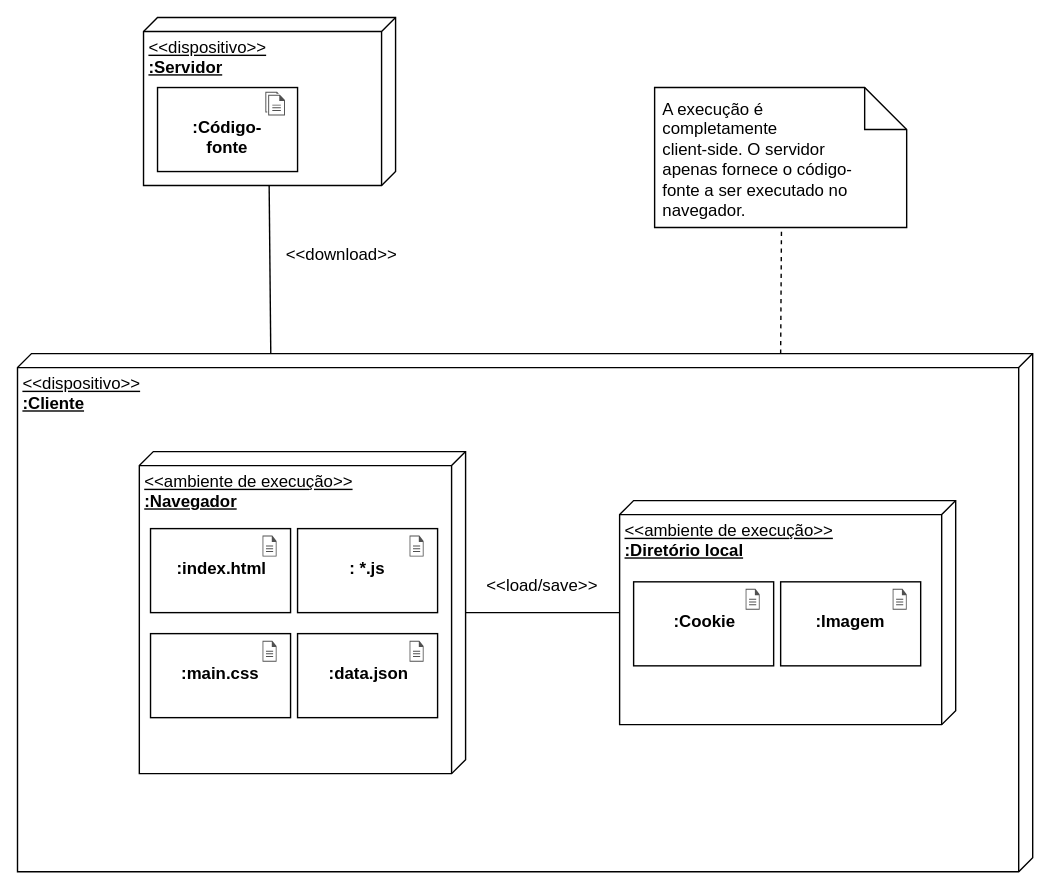
Earlier version of the draw.io export diagramas/Deployment.svg (gabrielmuller/ccotree). Source tidied: cells renumbered, new cells last; positions are measured from the earlier drawing's top-left corner, leaving out a move shared by most shapes.
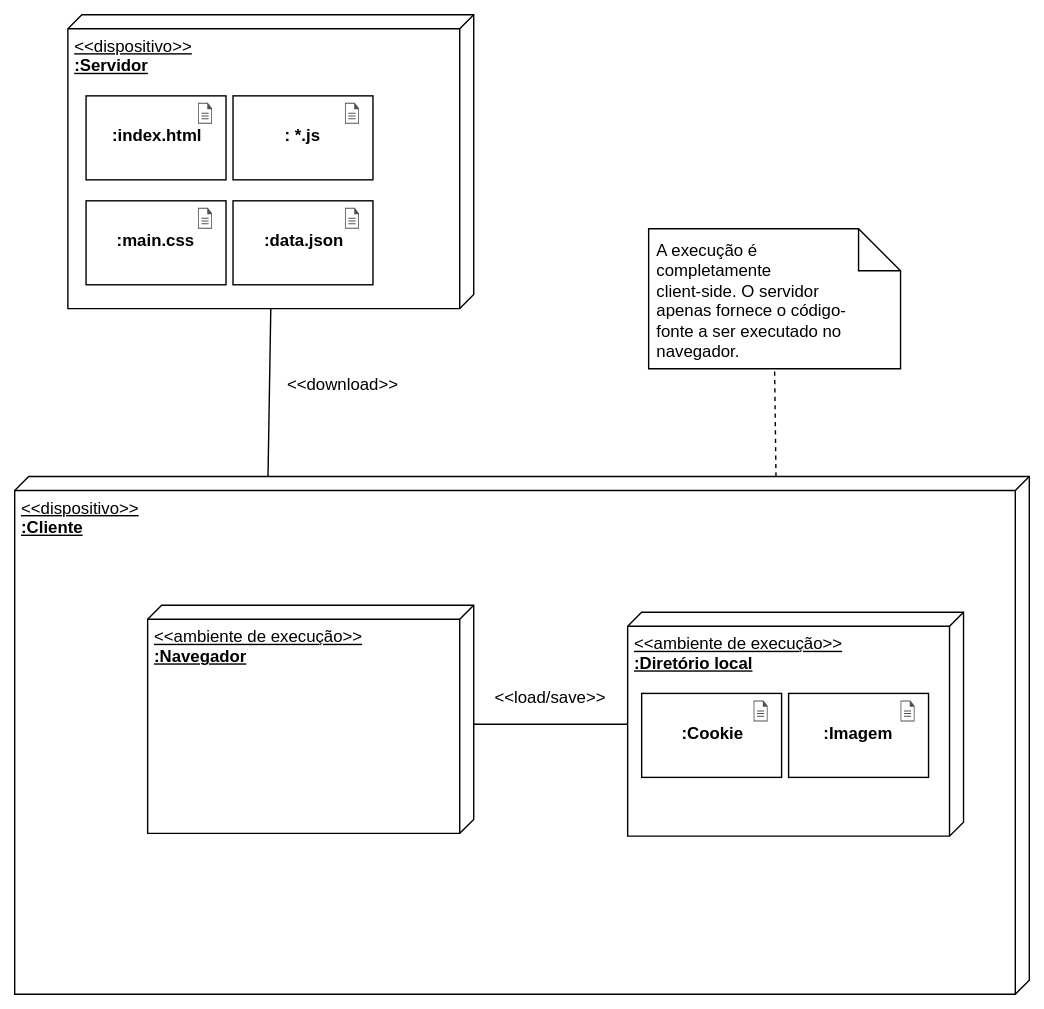
Above is the later version.

What changed in the source:
```diff
@@ -3,102 +3,91 @@
     <mxCell id="0" />
     <mxCell id="1" parent="0" />
     <mxCell id="2" value="&amp;lt;&amp;lt;dispositivo&amp;gt;&amp;gt;&lt;div&gt;&lt;b&gt;:Servidor&lt;/b&gt;&lt;/div&gt;&lt;div&gt;&lt;br&gt;&lt;/div&gt;" style="verticalAlign=top;align=left;spacingTop=8;spacingLeft=2;spacingRight=12;shape=cube;size=10;direction=south;fontStyle=4;html=1;" parent="1" vertex="1">
-      <mxGeometry x="90" width="180" height="120" as="geometry" />
+      <mxGeometry x="30" y="35" width="290" height="210" as="geometry" />
     </mxCell>
     <mxCell id="3" value="&lt;div&gt;&amp;lt;&amp;lt;dispositivo&amp;gt;&amp;gt;&lt;/div&gt;&lt;b&gt;:Cliente&lt;/b&gt;" style="verticalAlign=top;align=left;spacingTop=8;spacingLeft=2;spacingRight=12;shape=cube;size=10;direction=south;fontStyle=4;html=1;" parent="1" vertex="1">
-      <mxGeometry y="240" width="725" height="370" as="geometry" />
+      <mxGeometry x="-8" y="365" width="725" height="370" as="geometry" />
     </mxCell>
     <mxCell id="4" value="&amp;lt;&amp;lt;ambiente de execução&amp;gt;&amp;gt;&lt;div&gt;&lt;b&gt;:Navegador&lt;/b&gt;&lt;/div&gt;" style="verticalAlign=top;align=left;spacingTop=8;spacingLeft=2;spacingRight=12;shape=cube;size=10;direction=south;fontStyle=4;html=1;" parent="1" vertex="1">
-      <mxGeometry x="87" y="310" width="233" height="230" as="geometry" />
+      <mxGeometry x="87" y="457" width="233" height="163" as="geometry" />
     </mxCell>
     <mxCell id="5" value="&amp;lt;&amp;lt;ambiente de execução&amp;gt;&amp;gt;&lt;div&gt;&lt;b&gt;:Diretório local&lt;/b&gt;&lt;/div&gt;" style="verticalAlign=top;align=left;spacingTop=8;spacingLeft=2;spacingRight=12;shape=cube;size=10;direction=south;fontStyle=4;html=1;" parent="1" vertex="1">
-      <mxGeometry x="430" y="345" width="240" height="160" as="geometry" />
+      <mxGeometry x="430" y="462" width="240" height="160" as="geometry" />
     </mxCell>
     <mxCell id="6" style="endArrow=none;html=1;entryX=1;entryY=0.5;exitX=0;exitY=0.75;" parent="1" edge="1" source="3" target="2">
       <mxGeometry relative="1" as="geometry" />
     </mxCell>
     <mxCell id="7" value="&amp;lt;&amp;lt;download&amp;gt;&amp;gt;" style="text;html=1;align=left;verticalAlign=top;spacingTop=-4;" parent="1" vertex="1">
-      <mxGeometry x="190" y="160" width="90" height="20" as="geometry" />
+      <mxGeometry x="185" y="290" width="90" height="20" as="geometry" />
     </mxCell>
     <mxCell id="8" style="rounded=0;whiteSpace=wrap;html=1;" parent="1" vertex="1">
-      <mxGeometry x="95" y="365" width="100" height="60" as="geometry" />
+      <mxGeometry x="43" y="93" width="100" height="60" as="geometry" />
     </mxCell>
     <mxCell id="9" style="shadow=0;dashed=0;html=1;strokeColor=none;fillColor=#505050;labelPosition=center;verticalLabelPosition=bottom;verticalAlign=top;shape=mxgraph.office.concepts.document;" parent="1" vertex="1">
-      <mxGeometry x="175" y="370" width="10" height="15" as="geometry" />
+      <mxGeometry x="123" y="98" width="10" height="15" as="geometry" />
     </mxCell>
     <mxCell id="10" value="&lt;b&gt;:index.html&lt;/b&gt;" style="text;html=1;strokeColor=none;fillColor=none;align=center;verticalAlign=middle;whiteSpace=wrap;" parent="1" vertex="1">
-      <mxGeometry x="105" y="378" width="80" height="30" as="geometry" />
+      <mxGeometry x="53" y="106" width="80" height="30" as="geometry" />
     </mxCell>
     <mxCell id="11" style="rounded=0;whiteSpace=wrap;html=1;" parent="1" vertex="1">
-      <mxGeometry x="200" y="365" width="100" height="60" as="geometry" />
+      <mxGeometry x="148" y="93" width="100" height="60" as="geometry" />
     </mxCell>
     <mxCell id="12" style="shadow=0;dashed=0;html=1;strokeColor=none;fillColor=#505050;labelPosition=center;verticalLabelPosition=bottom;verticalAlign=top;shape=mxgraph.office.concepts.document;" parent="1" vertex="1">
-      <mxGeometry x="280" y="370" width="10" height="15" as="geometry" />
+      <mxGeometry x="228" y="98" width="10" height="15" as="geometry" />
     </mxCell>
     <mxCell id="13" value="&lt;b&gt;: *.js&lt;/b&gt;" style="text;html=1;strokeColor=none;fillColor=none;align=center;verticalAlign=middle;whiteSpace=wrap;" parent="1" vertex="1">
-      <mxGeometry x="210" y="378" width="80" height="30" as="geometry" />
+      <mxGeometry x="158" y="106" width="80" height="30" as="geometry" />
     </mxCell>
     <mxCell id="14" style="rounded=0;whiteSpace=wrap;html=1;" parent="1" vertex="1">
-      <mxGeometry x="95" y="440" width="100" height="60" as="geometry" />
+      <mxGeometry x="43" y="168" width="100" height="60" as="geometry" />
     </mxCell>
     <mxCell id="15" style="shadow=0;dashed=0;html=1;strokeColor=none;fillColor=#505050;labelPosition=center;verticalLabelPosition=bottom;verticalAlign=top;shape=mxgraph.office.concepts.document;" parent="1" vertex="1">
-      <mxGeometry x="175" y="445" width="10" height="15" as="geometry" />
+      <mxGeometry x="123" y="173" width="10" height="15" as="geometry" />
     </mxCell>
     <mxCell id="16" value="&lt;b&gt;:main.css&lt;/b&gt;" style="text;html=1;strokeColor=none;fillColor=none;align=center;verticalAlign=middle;whiteSpace=wrap;" parent="1" vertex="1">
-      <mxGeometry x="105" y="453" width="80" height="30" as="geometry" />
+      <mxGeometry x="53" y="181" width="80" height="30" as="geometry" />
     </mxCell>
     <mxCell id="17" style="rounded=0;whiteSpace=wrap;html=1;" parent="1" vertex="1">
-      <mxGeometry x="200" y="440" width="100" height="60" as="geometry" />
+      <mxGeometry x="148" y="168" width="100" height="60" as="geometry" />
     </mxCell>
     <mxCell id="18" style="shadow=0;dashed=0;html=1;strokeColor=none;fillColor=#505050;labelPosition=center;verticalLabelPosition=bottom;verticalAlign=top;shape=mxgraph.office.concepts.document;" parent="1" vertex="1">
-      <mxGeometry x="280" y="445" width="10" height="15" as="geometry" />
+      <mxGeometry x="228" y="173" width="10" height="15" as="geometry" />
     </mxCell>
     <mxCell id="19" value="&lt;b&gt;:data.json&lt;/b&gt;" style="text;html=1;strokeColor=none;fillColor=none;align=center;verticalAlign=middle;whiteSpace=wrap;" parent="1" vertex="1">
-      <mxGeometry x="210" y="453" width="80" height="30" as="geometry" />
+      <mxGeometry x="158" y="181" width="80" height="30" as="geometry" />
     </mxCell>
     <mxCell id="20" style="rounded=0;whiteSpace=wrap;html=1;" parent="1" vertex="1">
-      <mxGeometry x="440" y="403" width="100" height="60" as="geometry" />
+      <mxGeometry x="440" y="520" width="100" height="60" as="geometry" />
     </mxCell>
     <mxCell id="21" style="shadow=0;dashed=0;html=1;strokeColor=none;fillColor=#505050;labelPosition=center;verticalLabelPosition=bottom;verticalAlign=top;shape=mxgraph.office.concepts.document;" parent="1" vertex="1">
-      <mxGeometry x="520" y="408" width="10" height="15" as="geometry" />
+      <mxGeometry x="520" y="525" width="10" height="15" as="geometry" />
     </mxCell>
     <mxCell id="22" value="&lt;b&gt;:Cookie&lt;/b&gt;" style="text;html=1;strokeColor=none;fillColor=none;align=center;verticalAlign=middle;whiteSpace=wrap;" parent="1" vertex="1">
-      <mxGeometry x="450" y="416" width="80" height="30" as="geometry" />
+      <mxGeometry x="450" y="533" width="80" height="30" as="geometry" />
     </mxCell>
-    <mxCell id="23" style="rounded=0;whiteSpace=wrap;html=1;" parent="1" vertex="1">
-      <mxGeometry x="100" y="50" width="100" height="60" as="geometry" />
-    </mxCell>
-    <mxCell id="24" value="&lt;b&gt;:Código-fonte&lt;/b&gt;" style="text;html=1;strokeColor=none;fillColor=none;align=center;verticalAlign=middle;whiteSpace=wrap;" parent="1" vertex="1">
-      <mxGeometry x="110" y="70" width="80" height="30" as="geometry" />
-    </mxCell>
-    <mxCell id="25" style="shadow=0;dashed=0;html=1;strokeColor=none;fillColor=#505050;labelPosition=center;verticalLabelPosition=bottom;verticalAlign=top;shape=mxgraph.office.concepts.documents;" parent="1" vertex="1">
-      <mxGeometry x="177" y="53" width="14" height="17" as="geometry" />
-    </mxCell>
     <mxCell id="26" style="line;strokeWidth=1;fillColor=none;align=left;verticalAlign=middle;spacingTop=-1;spacingLeft=3;spacingRight=3;labelPosition=right;" parent="1" vertex="1">
-      <mxGeometry x="320" y="421" width="110" height="8" as="geometry" />
+      <mxGeometry x="320" y="538" width="110" height="8" as="geometry" />
     </mxCell>
     <mxCell id="27" value="&amp;lt;&amp;lt;load/save&amp;gt;&amp;gt;" style="text;html=1;strokeColor=none;fillColor=none;align=center;verticalAlign=middle;whiteSpace=wrap;" parent="1" vertex="1">
-      <mxGeometry x="355" y="395" width="40" height="20" as="geometry" />
+      <mxGeometry x="355" y="512" width="40" height="20" as="geometry" />
     </mxCell>
     <mxCell id="28" style="rounded=0;whiteSpace=wrap;html=1;" parent="1" vertex="1">
-      <mxGeometry x="545" y="403" width="100" height="60" as="geometry" />
+      <mxGeometry x="545" y="520" width="100" height="60" as="geometry" />
     </mxCell>
     <mxCell id="29" style="shadow=0;dashed=0;html=1;strokeColor=none;fillColor=#505050;labelPosition=center;verticalLabelPosition=bottom;verticalAlign=top;shape=mxgraph.office.concepts.document;" parent="1" vertex="1">
-      <mxGeometry x="625" y="408" width="10" height="15" as="geometry" />
+      <mxGeometry x="625" y="525" width="10" height="15" as="geometry" />
     </mxCell>
     <mxCell id="30" value="&lt;b&gt;:Imagem&lt;/b&gt;" style="text;html=1;strokeColor=none;fillColor=none;align=center;verticalAlign=middle;whiteSpace=wrap;" parent="1" vertex="1">
-      <mxGeometry x="555" y="416" width="80" height="30" as="geometry" />
+      <mxGeometry x="555" y="533" width="80" height="30" as="geometry" />
     </mxCell>
     <mxCell id="31" style="shape=note;whiteSpace=wrap;html=1;" parent="1" vertex="1">
-      <mxGeometry x="455" y="50" width="180" height="100" as="geometry" />
+      <mxGeometry x="445" y="188" width="180" height="100" as="geometry" />
     </mxCell>
-    <mxCell id="32" style="endArrow=none;dashed=1;html=1;entryX=0.5;entryY=1;" parent="1" edge="1" target="31">
-      <mxGeometry relative="1" as="geometry">
-        <mxPoint x="545" y="240" as="sourcePoint" />
-      </mxGeometry>
+    <mxCell id="32" style="endArrow=none;dashed=1;html=1;entryX=0.5;entryY=1;exitX=0;exitY=0.25;" parent="1" edge="1" source="3" target="31">
+      <mxGeometry relative="1" as="geometry" />
     </mxCell>
     <mxCell id="33" value="&lt;div style=&quot;text-align: left&quot;&gt;&lt;span&gt;A execução é completamente&amp;nbsp;&lt;/span&gt;&lt;/div&gt;&lt;div style=&quot;text-align: left&quot;&gt;&lt;span&gt;client-side. O servidor apenas fornece o código-fonte a ser executado no navegador.&lt;/span&gt;&lt;/div&gt;" style="text;html=1;strokeColor=none;fillColor=none;align=center;verticalAlign=middle;whiteSpace=wrap;" parent="1" vertex="1">
-      <mxGeometry x="460" y="60" width="140" height="80" as="geometry" />
+      <mxGeometry x="450" y="198" width="140" height="80" as="geometry" />
     </mxCell>
   </root>
 </mxGraphModel>
```
